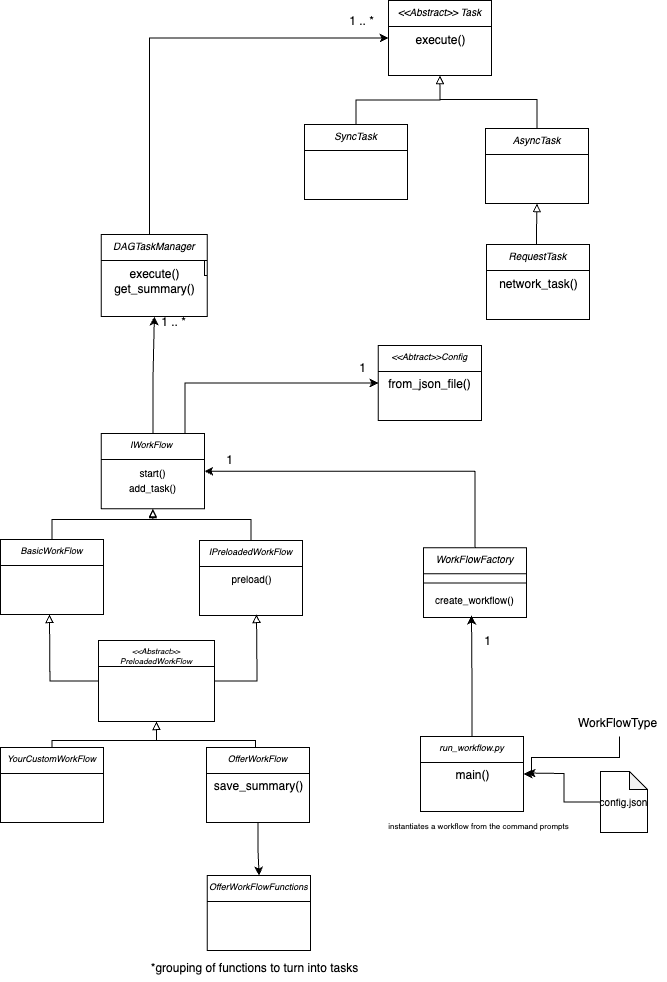
The draw.io diagram dag_task_manager.drawio.png in simo4-4/DAG_Workflow_Manager, before a commit. Source tidied: cells renumbered, new cells last; positions are measured from the earlier drawing's top-left corner, leaving out a move shared by most shapes.
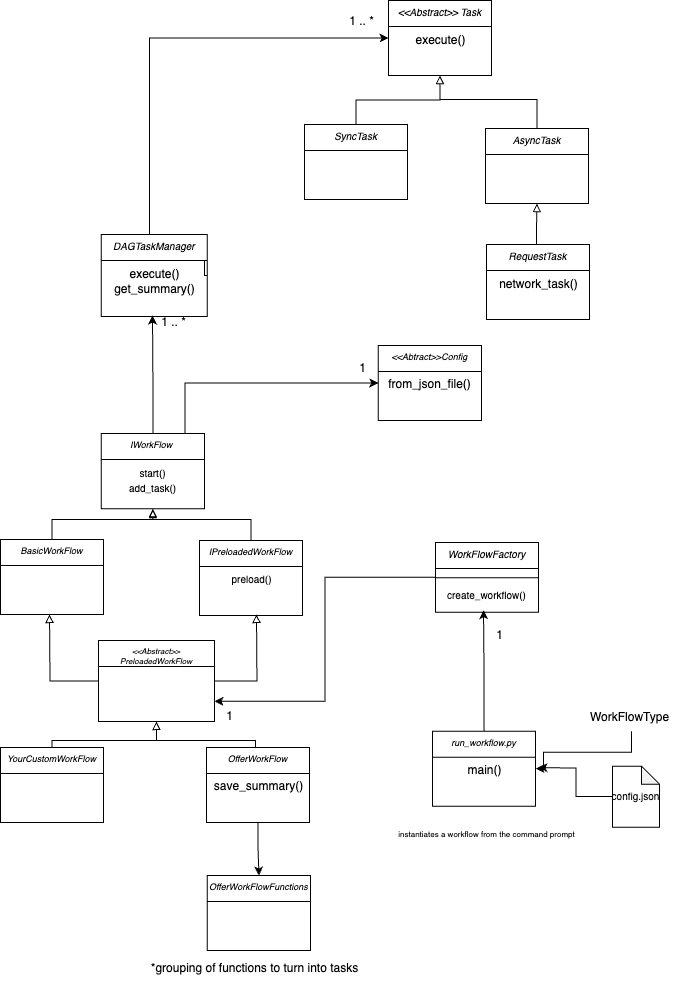
Later version of the same file.

The edit, as a diff of the source:
```diff
@@ -2,9 +2,6 @@
   <root>
     <mxCell id="0" />
     <mxCell id="1" parent="0" />
-    <mxCell id="2" style="edgeStyle=orthogonalEdgeStyle;rounded=0;jettySize=auto;html=1;entryX=0.5;entryY=1;entryDx=0;entryDy=0;" parent="1" edge="1" source="4" target="11">
-      <mxGeometry relative="1" as="geometry" />
-    </mxCell>
     <mxCell id="3" style="edgeStyle=orthogonalEdgeStyle;rounded=0;jettySize=auto;html=1;entryX=0;entryY=0.5;entryDx=0;entryDy=0;" parent="1" edge="1" source="4" target="13">
       <mxGeometry relative="1" as="geometry">
         <Array as="points">
@@ -18,15 +15,11 @@
     <mxCell id="5" value="&lt;font style=&quot;font-size: 10px;&quot;&gt;start()&lt;/font&gt;&lt;div&gt;&lt;font style=&quot;font-size: 10px;&quot;&gt;add_task()&lt;/font&gt;&lt;/div&gt;" style="text;html=1;align=center;verticalAlign=middle;strokeColor=none;fillColor=none;" parent="4" vertex="1">
       <mxGeometry y="26" width="103.1" height="42" as="geometry" />
     </mxCell>
-    <mxCell id="6" style="edgeStyle=orthogonalEdgeStyle;rounded=0;jettySize=auto;html=1;entryX=1;entryY=0.5;entryDx=0;entryDy=0;" parent="1" edge="1" source="7" target="4">
-      <mxGeometry relative="1" as="geometry">
-        <Array as="points">
-          <mxPoint x="474.5" y="470.7" />
-        </Array>
-      </mxGeometry>
-    </mxCell>
+    <mxCell id="53" style="edgeStyle=orthogonalEdgeStyle;rounded=0;jettySize=auto;html=1;entryX=1;entryY=0.75;entryDx=0;entryDy=0;" parent="1" edge="1" source="7" target="27">
+      <mxGeometry relative="1" as="geometry" />
+    </mxCell>
     <mxCell id="7" value="WorkFlowFactory" style="swimlane;fontStyle=2;align=center;verticalAlign=top;horizontal=1;startSize=26;rounded=0;shadow=0;strokeWidth=1;fontSize=10;" parent="1" vertex="1">
-      <mxGeometry x="422.9" y="547.4" width="103.1" height="69.6" as="geometry" />
+      <mxGeometry x="434.9" y="542" width="103.1" height="69.6" as="geometry" />
     </mxCell>
     <mxCell id="8" value="&lt;&lt;Abstract&gt;&gt; Task" style="swimlane;fontStyle=2;align=center;verticalAlign=top;horizontal=1;startSize=26;rounded=0;shadow=0;strokeWidth=1;fontSize=10;" parent="1" vertex="1">
       <mxGeometry x="388" width="103.1" height="75.1" as="geometry" />
@@ -65,10 +58,10 @@
       <mxGeometry x="148" y="307" width="50" height="30" as="geometry" />
     </mxCell>
     <mxCell id="18" style="line;html=1;strokeWidth=1;align=left;verticalAlign=middle;spacingTop=-1;spacingLeft=3;spacingRight=3;labelPosition=right;" parent="1" vertex="1">
-      <mxGeometry x="422.9" y="573.4" width="103.1" height="18.5" as="geometry" />
+      <mxGeometry x="434.9" y="568" width="103.1" height="18.5" as="geometry" />
     </mxCell>
     <mxCell id="19" value="&lt;font style=&quot;font-size: 10px;&quot;&gt;create_workflow()&lt;/font&gt;" style="text;html=1;align=center;verticalAlign=middle;whiteSpace=wrap;rounded=0;" parent="1" vertex="1">
-      <mxGeometry x="422.9" y="591.9" width="103.1" height="16.3" as="geometry" />
+      <mxGeometry x="434.9" y="586.5" width="103.1" height="16.3" as="geometry" />
     </mxCell>
     <mxCell id="20" style="edgeStyle=orthogonalEdgeStyle;rounded=0;jettySize=auto;html=1;entryX=0.5;entryY=1;entryDx=0;entryDy=0;endArrow=block;endFill=0;" parent="1" edge="1" source="21" target="4">
       <mxGeometry relative="1" as="geometry">
@@ -173,28 +166,28 @@
     </mxCell>
     <mxCell id="41" style="edgeStyle=orthogonalEdgeStyle;rounded=0;jettySize=auto;html=1;" parent="1" edge="1" source="42">
       <mxGeometry relative="1" as="geometry">
-        <mxPoint x="471" y="615" as="targetPoint" />
+        <mxPoint x="483" y="609.6" as="targetPoint" />
       </mxGeometry>
     </mxCell>
     <mxCell id="42" value="run_workflow.py" style="swimlane;fontStyle=2;align=center;verticalAlign=top;horizontal=1;startSize=26;rounded=0;shadow=0;strokeWidth=1;fontSize=9;" parent="1" vertex="1">
-      <mxGeometry x="420" y="736" width="103.1" height="75.1" as="geometry" />
+      <mxGeometry x="432" y="730.6" width="103.1" height="75.1" as="geometry" />
     </mxCell>
     <mxCell id="43" value="main()" style="text;html=1;align=center;verticalAlign=middle;strokeColor=none;fillColor=none;" parent="42" vertex="1">
       <mxGeometry y="26" width="103.1" height="27" as="geometry" />
     </mxCell>
     <mxCell id="44" value="1" style="text;html=1;align=center;verticalAlign=middle;strokeColor=none;fillColor=none;" parent="1" vertex="1">
-      <mxGeometry x="474" y="627" width="26" height="27" as="geometry" />
+      <mxGeometry x="486" y="621.6" width="26" height="27" as="geometry" />
     </mxCell>
-    <mxCell id="45" value="&lt;font style=&quot;font-size: 8px;&quot;&gt;instantiates a workflow from the command prompts&lt;/font&gt;" style="text;html=1;align=center;verticalAlign=middle;strokeColor=none;fillColor=none;" parent="1" vertex="1">
-      <mxGeometry x="378" y="811.1" width="200" height="27" as="geometry" />
+    <mxCell id="45" value="&lt;font style=&quot;font-size: 8px;&quot;&gt;instantiates a workflow from the command prompt&lt;/font&gt;" style="text;html=1;align=center;verticalAlign=middle;strokeColor=none;fillColor=none;" parent="1" vertex="1">
+      <mxGeometry x="388" y="819.7" width="196" height="27" as="geometry" />
     </mxCell>
     <mxCell id="46" style="edgeStyle=orthogonalEdgeStyle;rounded=0;jettySize=auto;html=1;" parent="1" edge="1" source="47">
       <mxGeometry relative="1" as="geometry">
-        <mxPoint x="526" y="772.5" as="targetPoint" />
+        <mxPoint x="538" y="767.1" as="targetPoint" />
       </mxGeometry>
     </mxCell>
     <mxCell id="47" value="&lt;font style=&quot;font-size: 10px;&quot;&gt;config.json&lt;/font&gt;" style="shape=note;whiteSpace=wrap;html=1;backgroundOutline=1;darkOpacity=0.05;size=18;" parent="1" vertex="1">
-      <mxGeometry x="600" y="771" width="47" height="61" as="geometry" />
+      <mxGeometry x="612" y="765.6" width="47" height="61" as="geometry" />
     </mxCell>
     <mxCell id="48" value="OfferWorkFlowFunctions" style="swimlane;fontStyle=2;align=center;verticalAlign=top;horizontal=1;startSize=26;rounded=0;shadow=0;strokeWidth=1;fontSize=9;" parent="1" vertex="1">
       <mxGeometry x="206.9" y="875" width="103.1" height="75.1" as="geometry" />
@@ -205,17 +198,20 @@
     <mxCell id="50" style="edgeStyle=orthogonalEdgeStyle;rounded=0;jettySize=auto;html=1;entryX=1;entryY=0.5;entryDx=0;entryDy=0;" parent="1" edge="1" source="51" target="42">
       <mxGeometry relative="1" as="geometry">
         <Array as="points">
-          <mxPoint x="619" y="757" />
-          <mxPoint x="531" y="757" />
-          <mxPoint x="531" y="774" />
+          <mxPoint x="631" y="751.6" />
+          <mxPoint x="543" y="751.6" />
+          <mxPoint x="543" y="768.6" />
         </Array>
       </mxGeometry>
     </mxCell>
     <mxCell id="51" value="WorkFlowType" style="text;html=1;align=center;verticalAlign=middle;points=[];strokeColor=none;fillColor=none;" parent="1" vertex="1">
-      <mxGeometry x="568" y="709" width="98" height="27" as="geometry" />
+      <mxGeometry x="580" y="703.6" width="98" height="27" as="geometry" />
     </mxCell>
     <mxCell id="52" value="1" style="text;html=1;align=center;verticalAlign=middle;strokeColor=none;fillColor=none;" parent="1" vertex="1">
-      <mxGeometry x="216" y="446" width="26" height="27" as="geometry" />
+      <mxGeometry x="216" y="702" width="26" height="27" as="geometry" />
     </mxCell>
+    <mxCell id="54" style="edgeStyle=orthogonalEdgeStyle;rounded=0;jettySize=auto;html=1;entryX=0.08;entryY=0.267;entryDx=0;entryDy=0;entryPerimeter=0;" parent="1" edge="1" source="4" target="17">
+      <mxGeometry relative="1" as="geometry" />
+    </mxCell>
   </root>
 </mxGraphModel>
```
